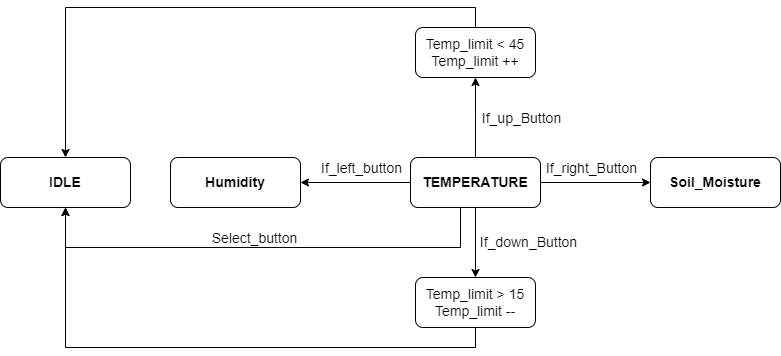
Above: Labs/Project/Image/Temperature2.png in Ladislav-Drapal/Digital-electronics-2 (draw.io), before the change. Source tidied: cells renumbered, new cells last; positions are measured from the earlier drawing's top-left corner, leaving out a move shared by most shapes.
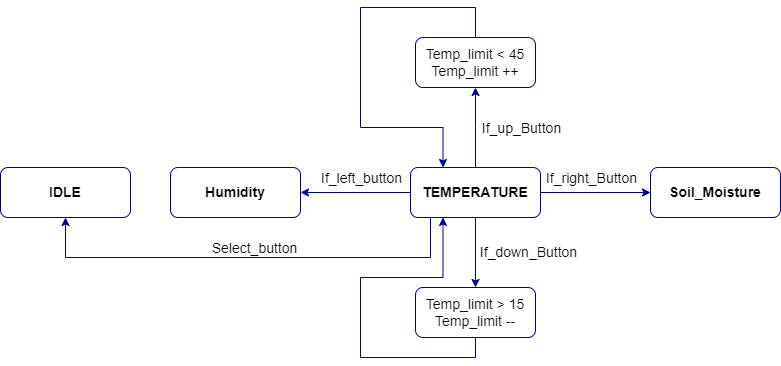
Later version of the same file.

The edit, as a diff of the source:
```diff
@@ -2,10 +2,10 @@
   <root>
     <mxCell id="0" />
     <mxCell id="1" parent="0" />
-    <mxCell id="2" style="edgeStyle=orthogonalEdgeStyle;rounded=0;jettySize=auto;html=1;exitX=0.5;exitY=1;exitDx=0;exitDy=0;entryX=0.5;entryY=0;entryDx=0;entryDy=0;fontSize=14;" parent="1" edge="1" source="9" target="13">
+    <mxCell id="2" style="edgeStyle=orthogonalEdgeStyle;rounded=0;jettySize=auto;html=1;exitX=0.5;exitY=1;exitDx=0;exitDy=0;entryX=0.5;entryY=0;entryDx=0;entryDy=0;fontSize=14;strokeColor=#000099;" parent="1" edge="1" source="9" target="13">
       <mxGeometry relative="1" as="geometry" />
     </mxCell>
-    <mxCell id="3" style="edgeStyle=orthogonalEdgeStyle;rounded=0;jettySize=auto;html=1;exitX=0.5;exitY=0;exitDx=0;exitDy=0;entryX=0.5;entryY=1;entryDx=0;entryDy=0;fontSize=14;" parent="1" edge="1" source="9" target="11">
+    <mxCell id="3" style="edgeStyle=orthogonalEdgeStyle;rounded=0;jettySize=auto;html=1;exitX=0.5;exitY=0;exitDx=0;exitDy=0;entryX=0.5;entryY=1;entryDx=0;entryDy=0;fontSize=14;strokeColor=#000099;" parent="1" edge="1" source="9" target="11">
       <mxGeometry relative="1" as="geometry">
         <Array as="points">
           <mxPoint x="475" y="90" />
@@ -13,64 +13,78 @@
         </Array>
       </mxGeometry>
     </mxCell>
-    <mxCell id="4" style="edgeStyle=orthogonalEdgeStyle;rounded=0;jettySize=auto;html=1;exitX=1;exitY=0.5;exitDx=0;exitDy=0;entryX=0;entryY=0.5;entryDx=0;entryDy=0;fontSize=14;" parent="1" edge="1" source="9" target="14">
+    <mxCell id="4" style="edgeStyle=orthogonalEdgeStyle;rounded=0;jettySize=auto;html=1;exitX=1;exitY=0.5;exitDx=0;exitDy=0;entryX=0;entryY=0.5;entryDx=0;entryDy=0;fontSize=14;strokeColor=#000099;" parent="1" edge="1" source="9" target="14">
       <mxGeometry relative="1" as="geometry" />
     </mxCell>
-    <mxCell id="5" style="edgeStyle=orthogonalEdgeStyle;rounded=0;jettySize=auto;html=1;exitX=0;exitY=0.5;exitDx=0;exitDy=0;entryX=1;entryY=0.5;entryDx=0;entryDy=0;fontSize=14;" parent="1" edge="1" source="9" target="15">
+    <mxCell id="5" style="edgeStyle=orthogonalEdgeStyle;rounded=0;jettySize=auto;html=1;exitX=0;exitY=0.5;exitDx=0;exitDy=0;entryX=1;entryY=0.5;entryDx=0;entryDy=0;fontSize=14;strokeColor=#000099;" parent="1" edge="1" source="9" target="15">
       <mxGeometry relative="1" as="geometry" />
     </mxCell>
-    <mxCell id="6" value="If_left_button" style="edgeLabel;html=1;align=center;verticalAlign=middle;fontSize=14;" parent="5" vertex="1">
+    <mxCell id="6" value="If_left_button" style="edgeLabel;html=1;align=center;verticalAlign=middle;fontSize=14;strokeColor=#000099;" parent="5" vertex="1">
       <mxGeometry x="-0.18" y="-2" relative="1" as="geometry">
         <mxPoint x="-5" y="-13" as="offset" />
       </mxGeometry>
     </mxCell>
-    <mxCell id="7" style="edgeStyle=orthogonalEdgeStyle;rounded=0;jettySize=auto;html=1;exitX=0.5;exitY=1;exitDx=0;exitDy=0;entryX=0.5;entryY=1;entryDx=0;entryDy=0;fontSize=14;" parent="1" edge="1" source="9" target="19">
+    <mxCell id="7" style="edgeStyle=orthogonalEdgeStyle;rounded=0;jettySize=auto;html=1;exitX=0.5;exitY=1;exitDx=0;exitDy=0;entryX=0.5;entryY=1;entryDx=0;entryDy=0;fontSize=14;strokeColor=#000099;" parent="1" edge="1" source="9" target="19">
       <mxGeometry relative="1" as="geometry">
         <Array as="points">
-          <mxPoint x="460" y="180" />
-          <mxPoint x="460" y="220" />
+          <mxPoint x="430" y="180" />
+          <mxPoint x="430" y="220" />
           <mxPoint x="65" y="220" />
         </Array>
       </mxGeometry>
     </mxCell>
-    <mxCell id="8" value="Select_button" style="edgeLabel;html=1;align=center;verticalAlign=middle;fontSize=14;" parent="7" vertex="1">
+    <mxCell id="8" value="Select_button" style="edgeLabel;html=1;align=center;verticalAlign=middle;fontSize=14;strokeColor=#000099;" parent="7" vertex="1">
       <mxGeometry x="0.07" y="1" relative="1" as="geometry">
         <mxPoint y="-11" as="offset" />
       </mxGeometry>
     </mxCell>
-    <mxCell id="9" value="&lt;span style=&quot;font-size: 14px&quot;&gt;&lt;b&gt;TEMPERATURE&lt;/b&gt;&lt;/span&gt;" style="rounded=1;whiteSpace=wrap;html=1;" parent="1" vertex="1">
+    <mxCell id="9" value="&lt;span style=&quot;font-size: 14px&quot;&gt;&lt;b&gt;TEMPERATURE&lt;/b&gt;&lt;/span&gt;" style="rounded=1;whiteSpace=wrap;html=1;strokeColor=#000099;" parent="1" vertex="1">
       <mxGeometry x="410" y="130" width="130" height="50" as="geometry" />
     </mxCell>
-    <mxCell id="10" style="edgeStyle=orthogonalEdgeStyle;rounded=0;jettySize=auto;html=1;exitX=0.5;exitY=0;exitDx=0;exitDy=0;entryX=0.5;entryY=0;entryDx=0;entryDy=0;fontSize=14;" parent="1" edge="1" source="11" target="19">
-      <mxGeometry relative="1" as="geometry" />
+    <mxCell id="10" style="edgeStyle=orthogonalEdgeStyle;rounded=0;jettySize=auto;html=1;exitX=0.5;exitY=0;exitDx=0;exitDy=0;fontSize=14;entryX=0.25;entryY=0;entryDx=0;entryDy=0;strokeColor=#000099;" parent="1" edge="1" source="11" target="9">
+      <mxGeometry relative="1" as="geometry">
+        <Array as="points">
+          <mxPoint x="475" y="-30" />
+          <mxPoint x="360" y="-30" />
+          <mxPoint x="360" y="90" />
+          <mxPoint x="443" y="90" />
+        </Array>
+      </mxGeometry>
     </mxCell>
-    <mxCell id="11" value="Temp_limit &amp;lt; 45&lt;br&gt;Temp_limit ++" style="rounded=1;whiteSpace=wrap;html=1;fontSize=14;" parent="1" vertex="1">
+    <mxCell id="11" value="Temp_limit &amp;lt; 45&lt;br&gt;Temp_limit ++" style="rounded=1;whiteSpace=wrap;html=1;fontSize=14;strokeColor=#000099;" parent="1" vertex="1">
       <mxGeometry x="415" width="120" height="50" as="geometry" />
     </mxCell>
-    <mxCell id="12" style="edgeStyle=orthogonalEdgeStyle;rounded=0;jettySize=auto;html=1;exitX=0.5;exitY=1;exitDx=0;exitDy=0;entryX=0.5;entryY=1;entryDx=0;entryDy=0;fontSize=14;" parent="1" edge="1" source="13" target="19">
-      <mxGeometry relative="1" as="geometry" />
+    <mxCell id="12" style="edgeStyle=orthogonalEdgeStyle;rounded=0;jettySize=auto;html=1;exitX=0.5;exitY=1;exitDx=0;exitDy=0;entryX=0.25;entryY=1;entryDx=0;entryDy=0;fontSize=14;strokeColor=#000099;" parent="1" edge="1" source="13" target="9">
+      <mxGeometry relative="1" as="geometry">
+        <Array as="points">
+          <mxPoint x="475" y="320" />
+          <mxPoint x="360" y="320" />
+          <mxPoint x="360" y="240" />
+          <mxPoint x="443" y="240" />
+        </Array>
+      </mxGeometry>
     </mxCell>
-    <mxCell id="13" value="Temp_limit &amp;gt; 15&lt;br&gt;Temp_limit --" style="rounded=1;whiteSpace=wrap;html=1;fontSize=14;" parent="1" vertex="1">
+    <mxCell id="13" value="Temp_limit &amp;gt; 15&lt;br&gt;Temp_limit --" style="rounded=1;whiteSpace=wrap;html=1;fontSize=14;strokeColor=#000099;" parent="1" vertex="1">
       <mxGeometry x="415" y="250" width="120" height="50" as="geometry" />
     </mxCell>
-    <mxCell id="14" value="&lt;span style=&quot;font-size: 14px&quot;&gt;&lt;b&gt;Soil_Moisture&lt;/b&gt;&lt;/span&gt;" style="rounded=1;whiteSpace=wrap;html=1;" parent="1" vertex="1">
+    <mxCell id="14" value="&lt;span style=&quot;font-size: 14px&quot;&gt;&lt;b&gt;Soil_Moisture&lt;/b&gt;&lt;/span&gt;" style="rounded=1;whiteSpace=wrap;html=1;strokeColor=#000099;" parent="1" vertex="1">
       <mxGeometry x="650" y="130" width="130" height="50" as="geometry" />
     </mxCell>
-    <mxCell id="15" value="&lt;b&gt;&lt;font style=&quot;font-size: 14px&quot;&gt;Humidity&lt;/font&gt;&lt;/b&gt;" style="rounded=1;whiteSpace=wrap;html=1;" parent="1" vertex="1">
+    <mxCell id="15" value="&lt;b&gt;&lt;font style=&quot;font-size: 14px&quot;&gt;Humidity&lt;/font&gt;&lt;/b&gt;" style="rounded=1;whiteSpace=wrap;html=1;strokeColor=#000099;" parent="1" vertex="1">
       <mxGeometry x="170" y="130" width="130" height="50" as="geometry" />
     </mxCell>
-    <mxCell id="16" value="If_right_Button" style="edgeLabel;html=1;align=center;verticalAlign=middle;fontSize=14;" parent="1" vertex="1">
+    <mxCell id="16" value="If_right_Button" style="edgeLabel;html=1;align=center;verticalAlign=middle;fontSize=14;strokeColor=#000099;" parent="1" vertex="1">
       <mxGeometry x="590" y="140" as="geometry" />
     </mxCell>
-    <mxCell id="17" value="If_up_Button" style="edgeLabel;html=1;align=center;verticalAlign=middle;fontSize=14;" parent="1" vertex="1">
+    <mxCell id="17" value="If_up_Button" style="edgeLabel;html=1;align=center;verticalAlign=middle;fontSize=14;strokeColor=#000099;" parent="1" vertex="1">
       <mxGeometry x="520" y="90" as="geometry" />
     </mxCell>
-    <mxCell id="18" value="If_down_Button" style="edgeLabel;html=1;align=center;verticalAlign=middle;fontSize=14;" parent="1" vertex="1">
+    <mxCell id="18" value="If_down_Button" style="edgeLabel;html=1;align=center;verticalAlign=middle;fontSize=14;strokeColor=#000099;" parent="1" vertex="1">
       <mxGeometry x="510" y="220" as="geometry">
         <mxPoint x="17" y="-6" as="offset" />
       </mxGeometry>
     </mxCell>
-    <mxCell id="19" value="&lt;b&gt;&lt;font style=&quot;font-size: 14px&quot;&gt;IDLE&lt;/font&gt;&lt;/b&gt;" style="rounded=1;whiteSpace=wrap;html=1;" parent="1" vertex="1">
+    <mxCell id="19" value="&lt;b&gt;&lt;font style=&quot;font-size: 14px&quot;&gt;IDLE&lt;/font&gt;&lt;/b&gt;" style="rounded=1;whiteSpace=wrap;html=1;strokeColor=#000099;" parent="1" vertex="1">
       <mxGeometry y="130" width="130" height="50" as="geometry" />
     </mxCell>
   </root>
```
